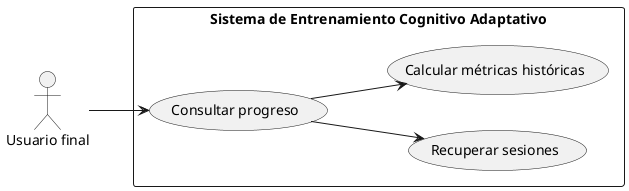
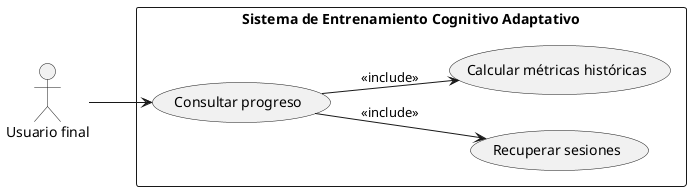
@startuml
left to right direction

actor "Usuario final" as Usuario

rectangle "Sistema de Entrenamiento Cognitivo Adaptativo" {

  usecase "Consultar progreso" as CU4
  usecase "Recuperar sesiones" as UC1
  usecase "Calcular métricas históricas" as UC2

-   CU4 --> UC1
-   CU4 --> UC2
+   CU4 --> UC1 : <<include>>
+   CU4 --> UC2 : <<include>>
}

Usuario --> CU4

@enduml